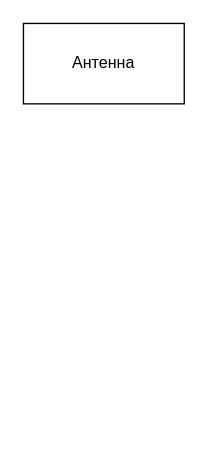
The draw.io diagram Диаграмма без названия.drawio in vikastatsenko/drawio, before the edit. Source tidied: cells renumbered, new cells numbered last; positions are measured from the earlier drawing's top-left corner, leaving out a move shared by most shapes. Both pictures are drawn from the tidied source at 134%, with x=0, y=0 at pixel (23, 23).
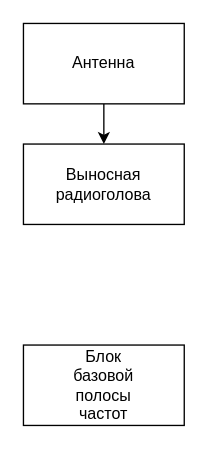
The same page after the edit.

The edit, as a diff of the source:
```diff
@@
 <mxGraphModel>
   <root>
     <mxCell id="0" />
     <mxCell id="1" parent="0" />
+    <mxCell id="4" style="edgeStyle=orthogonalEdgeStyle;rounded=0;jettySize=auto;html=1;exitX=0.5;exitY=1;exitDx=0;exitDy=0;entryX=0.5;entryY=0;entryDx=0;entryDy=0;" parent="1" edge="1" source="2" target="5">
+      <mxGeometry relative="1" as="geometry" />
+    </mxCell>
     <mxCell id="2" style="rounded=0;whiteSpace=wrap;html=1;" parent="1" vertex="1">
       <mxGeometry width="120" height="60" as="geometry" />
     </mxCell>
     <mxCell id="3" value="Антенна" style="text;html=1;align=center;verticalAlign=middle;whiteSpace=wrap;rounded=0;" parent="1" vertex="1">
       <mxGeometry x="30" y="15" width="60" height="30" as="geometry" />
     </mxCell>
+    <mxCell id="5" style="rounded=0;whiteSpace=wrap;html=1;" parent="1" vertex="1">
+      <mxGeometry y="90" width="120" height="60" as="geometry" />
+    </mxCell>
+    <mxCell id="6" value="Выносная радиоголова" style="text;html=1;align=center;verticalAlign=middle;whiteSpace=wrap;rounded=0;" parent="1" vertex="1">
+      <mxGeometry x="30" y="105" width="60" height="30" as="geometry" />
+    </mxCell>
+    <mxCell id="7" style="rounded=0;whiteSpace=wrap;html=1;" parent="1" vertex="1">
+      <mxGeometry y="240" width="120" height="60" as="geometry" />
+    </mxCell>
+    <mxCell id="8" value="Блок базовой полосы частот" style="text;html=1;align=center;verticalAlign=middle;whiteSpace=wrap;rounded=0;" parent="1" vertex="1">
+      <mxGeometry x="30" y="255" width="60" height="30" as="geometry" />
+    </mxCell>
   </root>
 </mxGraphModel>
```
